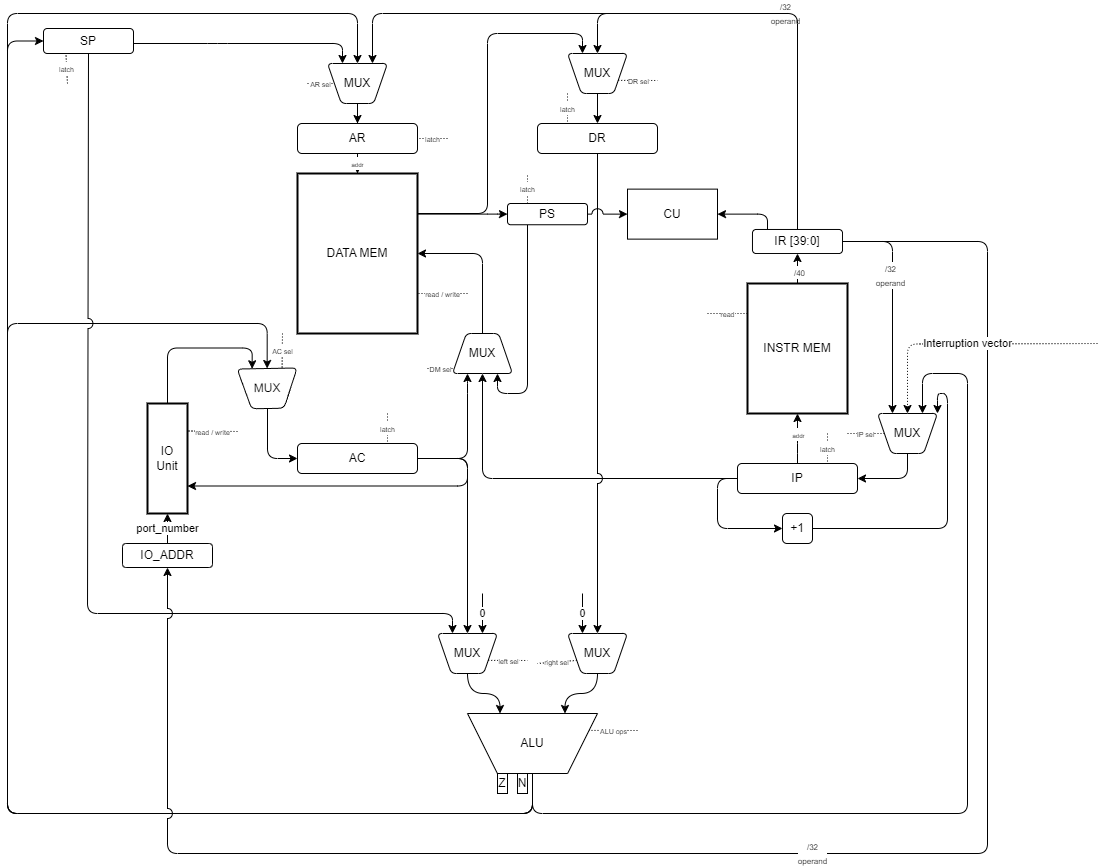
The draw.io diagram docs/sheme.png in artem961/csa-lab-4, before a commit. Source tidied: cells renumbered, new cells last; positions are measured from the earlier drawing's top-left corner, leaving out a move shared by most shapes.
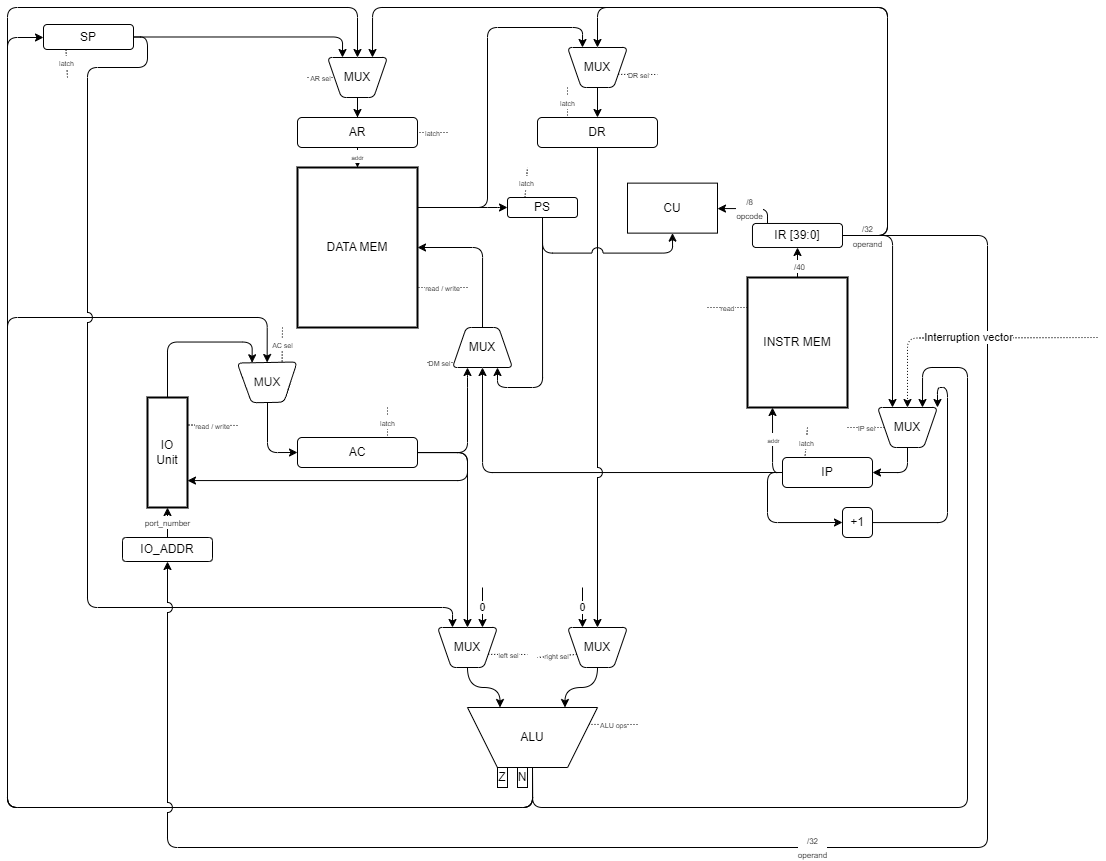
Above is the later version.

Commit message:
improve import + update sheme

Diff of the diagram source:
```diff
@@ -30,11 +30,10 @@
     <mxCell id="7" value="DATA MEM" style="rounded=0;whiteSpace=wrap;html=1;strokeWidth=2;" parent="1" vertex="1">
       <mxGeometry x="290" y="160" width="120" height="160" as="geometry" />
     </mxCell>
-    <mxCell id="8" style="edgeStyle=orthogonalEdgeStyle;rounded=1;jettySize=auto;html=1;entryX=0.5;entryY=1;entryDx=0;entryDy=0;exitX=0.5;exitY=0;exitDx=0;exitDy=0;curved=0;" parent="1" edge="1" source="12" target="4">
+    <mxCell id="8" style="edgeStyle=orthogonalEdgeStyle;rounded=1;jettySize=auto;html=1;entryX=0.25;entryY=1;entryDx=0;entryDy=0;exitX=0;exitY=0.5;exitDx=0;exitDy=0;curved=0;" parent="1" edge="1" source="12" target="4">
       <mxGeometry relative="1" as="geometry">
         <Array as="points">
-          <mxPoint x="790" y="430" />
-          <mxPoint x="790" y="430" />
+          <mxPoint x="765" y="465" />
         </Array>
       </mxGeometry>
     </mxCell>
@@ -42,7 +41,12 @@
       <mxGeometry x="0.19" relative="1" as="geometry" />
     </mxCell>
     <mxCell id="10" style="edgeStyle=orthogonalEdgeStyle;rounded=1;jettySize=auto;html=1;entryX=0;entryY=0.5;entryDx=0;entryDy=0;curved=0;exitX=0;exitY=0.5;exitDx=0;exitDy=0;" parent="1" edge="1" source="12" target="82">
-      <mxGeometry relative="1" as="geometry" />
+      <mxGeometry relative="1" as="geometry">
+        <Array as="points">
+          <mxPoint x="760" y="465" />
+          <mxPoint x="760" y="515" />
+        </Array>
+      </mxGeometry>
     </mxCell>
     <mxCell id="11" style="edgeStyle=orthogonalEdgeStyle;rounded=1;jettySize=auto;html=1;entryX=0.5;entryY=0;entryDx=0;entryDy=0;curved=0;strokeWidth=1;strokeColor=default;jumpStyle=arc;jumpSize=10;exitX=0;exitY=0.5;exitDx=0;exitDy=0;" parent="1" edge="1" source="12" target="58">
       <mxGeometry relative="1" as="geometry">
@@ -52,7 +56,7 @@
       </mxGeometry>
     </mxCell>
     <mxCell id="12" value="IP" style="rounded=1;whiteSpace=wrap;html=1;" parent="1" vertex="1">
-      <mxGeometry x="730" y="450" width="120" height="30" as="geometry" />
+      <mxGeometry x="775" y="450" width="90" height="30" as="geometry" />
     </mxCell>
     <mxCell id="13" value="CU" style="rounded=0;whiteSpace=wrap;html=1;" parent="1" vertex="1">
       <mxGeometry x="620" y="175.6" width="90" height="50" as="geometry" />
@@ -98,8 +102,8 @@
         <Array as="points">
           <mxPoint x="525" y="800" />
           <mxPoint y="800" />
-          <mxPoint y="28" />
-          <mxPoint x="36" y="28" />
+          <mxPoint y="30" />
+          <mxPoint x="36" y="30" />
         </Array>
       </mxGeometry>
     </mxCell>
@@ -171,25 +175,27 @@
     <mxCell id="38" value="IO&lt;div&gt;Unit&lt;/div&gt;" style="rounded=0;whiteSpace=wrap;html=1;strokeWidth=2;" parent="1" vertex="1">
       <mxGeometry x="140" y="390" width="40" height="110" as="geometry" />
     </mxCell>
-    <mxCell id="39" style="edgeStyle=orthogonalEdgeStyle;rounded=1;jettySize=auto;html=1;entryX=0.25;entryY=0;entryDx=0;entryDy=0;curved=0;exitX=0.5;exitY=1;exitDx=0;exitDy=0;jumpStyle=arc;jumpSize=10;" parent="1" edge="1" source="41" target="22">
+    <mxCell id="39" style="edgeStyle=orthogonalEdgeStyle;rounded=1;jettySize=auto;html=1;entryX=0.25;entryY=0;entryDx=0;entryDy=0;curved=0;exitX=1;exitY=0.5;exitDx=0;exitDy=0;jumpStyle=arc;jumpSize=10;" parent="1" edge="1" source="41" target="22">
       <mxGeometry relative="1" as="geometry">
         <Array as="points">
-          <mxPoint x="80" y="50" />
+          <mxPoint x="140" y="30" />
+          <mxPoint x="140" y="60" />
+          <mxPoint x="80" y="60" />
           <mxPoint x="80" y="600" />
           <mxPoint x="445" y="600" />
         </Array>
       </mxGeometry>
     </mxCell>
-    <mxCell id="40" style="edgeStyle=orthogonalEdgeStyle;rounded=1;jettySize=auto;html=1;entryX=0.25;entryY=0;entryDx=0;entryDy=0;curved=0;" parent="1" edge="1" source="41" target="34">
+    <mxCell id="40" style="edgeStyle=orthogonalEdgeStyle;rounded=1;jettySize=auto;html=1;entryX=0.25;entryY=0;entryDx=0;entryDy=0;curved=0;exitX=1;exitY=0.5;exitDx=0;exitDy=0;" parent="1" edge="1" source="41" target="34">
       <mxGeometry relative="1" as="geometry">
         <Array as="points">
-          <mxPoint x="210" y="30" />
+          <mxPoint x="126" y="30" />
           <mxPoint x="335" y="30" />
         </Array>
       </mxGeometry>
     </mxCell>
     <mxCell id="41" value="SP" style="rounded=1;whiteSpace=wrap;html=1;" parent="1" vertex="1">
-      <mxGeometry x="36" y="15" width="90" height="25" as="geometry" />
+      <mxGeometry x="36" y="17" width="90" height="25" as="geometry" />
     </mxCell>
     <mxCell id="42" value="0" style="endArrow=none;html=1;rounded=0;exitX=0.25;exitY=0;exitDx=0;exitDy=0;endFill=1;startArrow=classic;startFill=1;" parent="1" edge="1" source="24">
       <mxGeometry relative="1" as="geometry">
@@ -236,9 +242,9 @@
         <mxPoint x="630" y="717" as="sourcePoint" />
       </mxGeometry>
     </mxCell>
-    <mxCell id="51" value="&lt;font style=&quot;font-size: 7px;&quot;&gt;latch&lt;/font&gt;" style="endArrow=none;dashed=1;html=1;rounded=0;dashPattern=1 2;entryX=0.75;entryY=0;entryDx=0;entryDy=0;" parent="1" edge="1" target="12">
+    <mxCell id="51" value="&lt;font style=&quot;font-size: 7px;&quot;&gt;latch&lt;/font&gt;" style="endArrow=none;dashed=1;html=1;rounded=0;dashPattern=1 2;entryX=0.25;entryY=0;entryDx=0;entryDy=0;" parent="1" edge="1" target="12">
       <mxGeometry relative="1" as="geometry">
-        <mxPoint x="820" y="420" as="sourcePoint" />
+        <mxPoint x="800" y="420" as="sourcePoint" />
       </mxGeometry>
     </mxCell>
     <mxCell id="52" value="&lt;font style=&quot;font-size: 7px;&quot;&gt;IP sel&lt;/font&gt;" style="endArrow=none;dashed=1;html=1;rounded=0;dashPattern=1 2;entryX=0;entryY=0.5;entryDx=0;entryDy=0;" parent="1" edge="1" target="30">
@@ -302,9 +308,6 @@
     <mxCell id="64" style="edgeStyle=orthogonalEdgeStyle;rounded=1;jettySize=auto;html=1;entryX=0.25;entryY=0;entryDx=0;entryDy=0;curved=0;" parent="1" edge="1" source="70" target="30">
       <mxGeometry relative="1" as="geometry" />
     </mxCell>
-    <mxCell id="65" value="&lt;font style=&quot;font-size: 8px;&quot;&gt;/32&lt;/font&gt;&lt;div&gt;&lt;font style=&quot;font-size: 8px;&quot;&gt;operand&lt;/font&gt;&lt;/div&gt;" style="edgeLabel;html=1;align=center;verticalAlign=middle;" parent="64" vertex="1">
-      <mxGeometry x="-0.25" y="-3" relative="1" as="geometry" />
-    </mxCell>
     <mxCell id="66" value="&lt;font style=&quot;font-size: 8px;&quot;&gt;/32&lt;/font&gt;&lt;div&gt;&lt;font style=&quot;font-size: 8px;&quot;&gt;operand&lt;/font&gt;&lt;/div&gt;" style="edgeStyle=orthogonalEdgeStyle;rounded=1;jettySize=auto;html=1;entryX=0.5;entryY=1;entryDx=0;entryDy=0;curved=0;jumpStyle=arc;jumpSize=10;" parent="1" edge="1" source="70" target="72">
       <mxGeometry relative="1" as="geometry">
         <Array as="points">
@@ -314,23 +317,25 @@
         </Array>
       </mxGeometry>
     </mxCell>
-    <mxCell id="67" value="&lt;font style=&quot;font-size: 8px;&quot;&gt;/32&lt;/font&gt;&lt;div&gt;&lt;font style=&quot;font-size: 8px;&quot;&gt;operand&lt;/font&gt;&lt;/div&gt;" style="edgeStyle=orthogonalEdgeStyle;rounded=1;jettySize=auto;html=1;entryX=0.5;entryY=0;entryDx=0;entryDy=0;exitX=0.5;exitY=0;exitDx=0;exitDy=0;curved=0;" parent="1" edge="1" source="70" target="74">
+    <mxCell id="67" style="edgeStyle=orthogonalEdgeStyle;rounded=1;jettySize=auto;html=1;entryX=0.5;entryY=0;entryDx=0;entryDy=0;exitX=1;exitY=0.5;exitDx=0;exitDy=0;curved=0;" parent="1" edge="1" source="70" target="74">
       <mxGeometry relative="1" as="geometry">
         <Array as="points">
-          <mxPoint x="790" />
+          <mxPoint x="880" y="228" />
+          <mxPoint x="880" />
           <mxPoint x="590" />
         </Array>
       </mxGeometry>
     </mxCell>
-    <mxCell id="68" style="edgeStyle=orthogonalEdgeStyle;rounded=1;jettySize=auto;html=1;entryX=0.75;entryY=0;entryDx=0;entryDy=0;curved=0;" parent="1" edge="1" source="70" target="34">
+    <mxCell id="68" style="edgeStyle=orthogonalEdgeStyle;rounded=1;jettySize=auto;html=1;entryX=0.75;entryY=0;entryDx=0;entryDy=0;curved=0;exitX=1;exitY=0.5;exitDx=0;exitDy=0;" parent="1" edge="1" source="70" target="34">
       <mxGeometry relative="1" as="geometry">
         <Array as="points">
-          <mxPoint x="790" />
+          <mxPoint x="880" y="228" />
+          <mxPoint x="880" />
           <mxPoint x="365" />
         </Array>
       </mxGeometry>
     </mxCell>
-    <mxCell id="69" style="edgeStyle=orthogonalEdgeStyle;rounded=1;jettySize=auto;html=1;entryX=1;entryY=0.5;entryDx=0;entryDy=0;curved=0;jumpStyle=arc;jumpSize=10;" parent="1" edge="1" source="70" target="13">
+    <mxCell id="69" value="&lt;font style=&quot;font-size: 8px;&quot;&gt;/8&lt;/font&gt;&lt;div&gt;&lt;font style=&quot;font-size: 8px;&quot;&gt;opcode&lt;/font&gt;&lt;/div&gt;" style="edgeStyle=orthogonalEdgeStyle;rounded=1;jettySize=auto;html=1;entryX=1;entryY=0.5;entryDx=0;entryDy=0;curved=0;jumpStyle=arc;jumpSize=10;" parent="1" edge="1" source="70" target="13">
       <mxGeometry relative="1" as="geometry">
         <Array as="points">
           <mxPoint x="760" y="201" />
@@ -341,7 +346,7 @@
     <mxCell id="70" value="IR [39:0]" style="rounded=1;whiteSpace=wrap;html=1;" parent="1" vertex="1">
       <mxGeometry x="745" y="216" width="90" height="24" as="geometry" />
     </mxCell>
-    <mxCell id="71" value="port_number" style="edgeStyle=orthogonalEdgeStyle;rounded=0;jettySize=auto;html=1;entryX=0.5;entryY=1;entryDx=0;entryDy=0;" parent="1" edge="1" source="72" target="38">
+    <mxCell id="71" value="&lt;font style=&quot;font-size: 8px;&quot;&gt;port_number&lt;/font&gt;" style="edgeStyle=orthogonalEdgeStyle;rounded=0;jettySize=auto;html=1;entryX=0.5;entryY=1;entryDx=0;entryDy=0;" parent="1" edge="1" source="72" target="38">
       <mxGeometry relative="1" as="geometry" />
     </mxCell>
     <mxCell id="72" value="IO_ADDR" style="rounded=1;whiteSpace=wrap;html=1;" parent="1" vertex="1">
@@ -358,19 +363,19 @@
         <mxPoint x="650" y="67" as="targetPoint" />
       </mxGeometry>
     </mxCell>
-    <mxCell id="76" style="edgeStyle=orthogonalEdgeStyle;rounded=1;jettySize=auto;html=1;entryX=0;entryY=0.5;entryDx=0;entryDy=0;exitX=1;exitY=0.5;exitDx=0;exitDy=0;curved=0;jumpStyle=arc;jumpSize=11;" parent="1" edge="1" source="78" target="13">
+    <mxCell id="76" style="edgeStyle=orthogonalEdgeStyle;rounded=1;jettySize=auto;html=1;entryX=0.5;entryY=1;entryDx=0;entryDy=0;exitX=0.5;exitY=1;exitDx=0;exitDy=0;curved=0;jumpStyle=arc;jumpSize=11;" parent="1" edge="1" source="78" target="13">
       <mxGeometry relative="1" as="geometry" />
     </mxCell>
-    <mxCell id="77" style="edgeStyle=orthogonalEdgeStyle;rounded=1;jettySize=auto;html=1;entryX=0.25;entryY=0;entryDx=0;entryDy=0;curved=0;jumpStyle=arc;jumpSize=10;exitX=0.25;exitY=1;exitDx=0;exitDy=0;" parent="1" edge="1" source="78" target="58">
+    <mxCell id="77" style="edgeStyle=orthogonalEdgeStyle;rounded=1;jettySize=auto;html=1;entryX=0.25;entryY=0;entryDx=0;entryDy=0;curved=0;jumpStyle=arc;jumpSize=10;exitX=0.5;exitY=1;exitDx=0;exitDy=0;" parent="1" edge="1" source="78" target="58">
       <mxGeometry relative="1" as="geometry">
         <Array as="points">
-          <mxPoint x="520" y="380" />
+          <mxPoint x="535" y="380" />
           <mxPoint x="490" y="380" />
         </Array>
       </mxGeometry>
     </mxCell>
     <mxCell id="78" value="PS" style="rounded=1;whiteSpace=wrap;html=1;" parent="1" vertex="1">
-      <mxGeometry x="500" y="190" width="80" height="21.2" as="geometry" />
+      <mxGeometry x="500" y="190" width="70" height="20" as="geometry" />
     </mxCell>
     <mxCell id="79" value="&lt;font style=&quot;font-size: 7px;&quot;&gt;latch&lt;/font&gt;" style="endArrow=none;dashed=1;html=1;rounded=0;dashPattern=1 2;exitX=0.25;exitY=0;exitDx=0;exitDy=0;" parent="1" edge="1" source="78">
       <mxGeometry relative="1" as="geometry">
@@ -392,7 +397,10 @@
       </mxGeometry>
     </mxCell>
     <mxCell id="82" value="+1" style="rounded=1;whiteSpace=wrap;html=1;" parent="1" vertex="1">
-      <mxGeometry x="775" y="500" width="30" height="30" as="geometry" />
+      <mxGeometry x="835" y="500" width="30" height="30" as="geometry" />
     </mxCell>
+    <mxCell id="65" value="&lt;font style=&quot;font-size: 8px;&quot;&gt;/32&lt;/font&gt;&lt;div&gt;&lt;font style=&quot;font-size: 8px;&quot;&gt;operand&lt;/font&gt;&lt;/div&gt;" style="text;html=1;align=center;verticalAlign=middle;strokeColor=none;fillColor=none;" parent="1" vertex="1">
+      <mxGeometry x="835" y="208" width="50" height="40" as="geometry" />
+    </mxCell>
   </root>
 </mxGraphModel>
```
